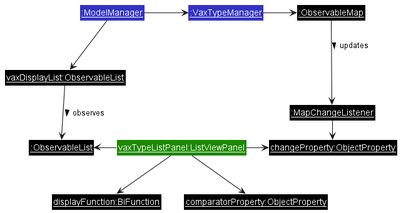
Before: docs/images/UiListViewPanelVaxObjectDiagram.png, a diagram exported from PlantUML (nus-cs2103-AY2223S2/tp). Source of this version:
```plantuml
@startuml UiListViewPanelVaxObjectDiagram
!include style.puml

skinparam RoundCorner 0

skinparam arrowThickness 1.1

Class "<u>vaxTypeListPanel:ListViewPanel</u>" as ListViewPanel UI_COLOR
Class "<u>displayFunction:BiFunction</u>" as BiFunction #000000
Class "<u>comparatorProperty:ObjectProperty</u>" as ComparatorProperty #000000
Class "<u>changeProperty:ObjectProperty</u>" as ChangeProperty #000000
class "<u>:ObservableList</u>" as DisplayList #000000

Class "<u>:MapChangeListener</u>" as MapChangeListener #000000
Class "<u>:ObservableMap</u>" as ObservableMap #000000

Class "<u>:VaxTypeManager</u>" as VaxTypeManager LOGIC_COLOR
Class "<u>:ModelManager</u>" as ModelManager LOGIC_COLOR
Class "<u>vaxDisplayList:ObservableList</u>" as ModelList #000000

ListViewPanel -right-> ChangeProperty
ListViewPanel -down-> BiFunction
ListViewPanel -down-> ComparatorProperty
ListViewPanel -left-> DisplayList

MapChangeListener -> ChangeProperty : updates >
ObservableMap -down-> MapChangeListener : updates >
VaxTypeManager -right-> ObservableMap

ModelManager -down-> ModelList
ModelManager -right-> VaxTypeManager
ModelList -down-> DisplayList : observes >

@enduml
```
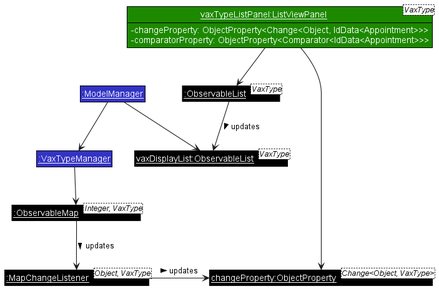
The same diagram one commit later.

What changed in the source:
```diff
@@ -5,30 +5,32 @@
 
 skinparam arrowThickness 1.1
 
-Class "<u>vaxTypeListPanel:ListViewPanel</u>" as ListViewPanel UI_COLOR
-Class "<u>displayFunction:BiFunction</u>" as BiFunction #000000
-Class "<u>comparatorProperty:ObjectProperty</u>" as ComparatorProperty #000000
-Class "<u>changeProperty:ObjectProperty</u>" as ChangeProperty #000000
-class "<u>:ObservableList</u>" as DisplayList #000000
+Class "<u>vaxTypeListPanel:ListViewPanel</u><VaxType>" as ListViewPanel UI_COLOR {
+    -changeProperty: ObjectProperty<Change<Object, IdData<Appointment>>>
+    -comparatorProperty: ObjectProperty<Comparator<IdData<Appointment>>>
+}
+show ListViewPanel fields
 
-Class "<u>:MapChangeListener</u>" as MapChangeListener #000000
-Class "<u>:ObservableMap</u>" as ObservableMap #000000
+Class "<u>changeProperty:ObjectProperty</u><Change<Object, VaxType>>" as ChangeProperty #000000
+class "<u>:ObservableList</u><VaxType>" as DisplayList #000000
+
+Class "<u>:MapChangeListener</u><Object, VaxType>" as MapChangeListener #000000
+Class "<u>:ObservableMap</u><Integer, VaxType>" as ObservableMap #000000
 
 Class "<u>:VaxTypeManager</u>" as VaxTypeManager LOGIC_COLOR
 Class "<u>:ModelManager</u>" as ModelManager LOGIC_COLOR
-Class "<u>vaxDisplayList:ObservableList</u>" as ModelList #000000
+Class "<u>vaxDisplayList:ObservableList</u><VaxType>" as ModelList #000000
 
-ListViewPanel -right-> ChangeProperty
-ListViewPanel -down-> BiFunction
-ListViewPanel -down-> ComparatorProperty
-ListViewPanel -left-> DisplayList
+ListViewPanel --> ChangeProperty
+ListViewPanel --> DisplayList
 
 MapChangeListener -> ChangeProperty : updates >
-ObservableMap -down-> MapChangeListener : updates >
-VaxTypeManager -right-> ObservableMap
+ObservableMap --> MapChangeListener : updates >
+VaxTypeManager --> ObservableMap
 
-ModelManager -down-> ModelList
-ModelManager -right-> VaxTypeManager
-ModelList -down-> DisplayList : observes >
+ModelManager --> ModelList
+ModelManager --> VaxTypeManager
+
+DisplayList --> ModelList : updates >
 
 @enduml
```
